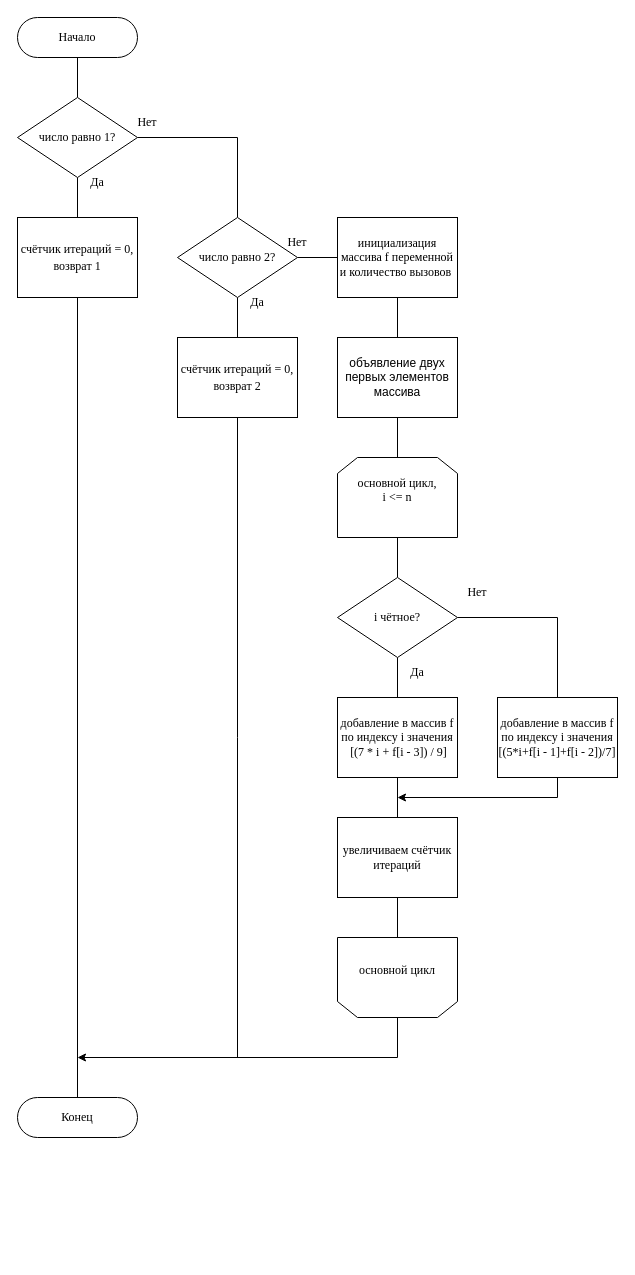
The draw.io diagram отчёт/Блок схемы/iter1.drawio in romb-rf/laba, before the edit. Source tidied: cells renumbered, new cells numbered last; positions are measured from the earlier drawing's top-left corner, leaving out a move shared by most shapes. Both pictures are drawn from the tidied source at 100%, with x=0, y=0 at pixel (17, 17).
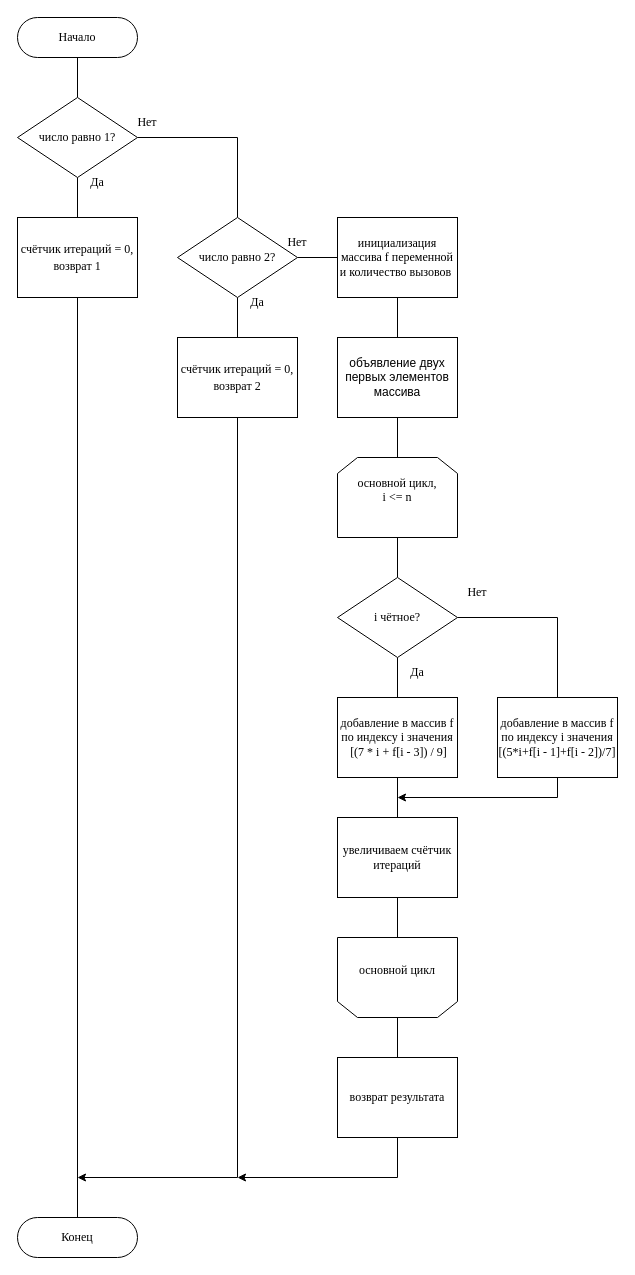
The same diagram, later.

The change refers to these unchanged cells:
```xml
<mxCell id="12" value="&lt;div style=&quot;line-height: 140%;&quot;&gt;&lt;font&gt;счётчик итераций = 0, возврат 2&lt;/font&gt;&lt;/div&gt;" style="rounded=0;whiteSpace=wrap;html=1;fontFamily=Times New Roman;" parent="1" vertex="1">
  <mxGeometry x="160" y="320" width="120" height="80" as="geometry" />
</mxCell>
<mxCell id="27" value="основной цикл&lt;div&gt;&lt;div&gt;&lt;br&gt;&lt;/div&gt;&lt;/div&gt;" style="shape=loopLimit;whiteSpace=wrap;html=1;fontFamily=Times New Roman;direction=west;" parent="1" vertex="1">
  <mxGeometry x="320" y="920" width="120" height="80" as="geometry" />
</mxCell>
```

Diff of the diagram source:
```diff
@@
-    <mxCell id="11" style="edgeStyle=orthogonalEdgeStyle;rounded=0;jettySize=auto;html=1;exitX=0.5;exitY=1;exitDx=0;exitDy=0;endArrow=none;endFill=0;" parent="1" edge="1" source="12">
+    <mxCell id="11" style="edgeStyle=orthogonalEdgeStyle;rounded=0;jettySize=auto;html=1;exitX=0.5;exitY=1;exitDx=0;exitDy=0;endArrow=classic;endFill=1;" parent="1" edge="1" source="12">
       <mxGeometry relative="1" as="geometry">
-        <mxPoint x="220" y="1040" as="targetPoint" />
+        <mxPoint x="60" y="1160" as="targetPoint" />
+        <Array as="points">
+          <mxPoint x="220" y="1160" />
+        </Array>
       </mxGeometry>
     </mxCell>
@@
-    <mxCell id="26" style="edgeStyle=orthogonalEdgeStyle;rounded=0;jettySize=auto;html=1;exitX=0.5;exitY=0;exitDx=0;exitDy=0;fontFamily=Times New Roman;" parent="1" edge="1" source="27">
-      <mxGeometry relative="1" as="geometry">
-        <mxPoint x="60" y="1040" as="targetPoint" />
-        <Array as="points">
-          <mxPoint x="380" y="1040" />
-        </Array>
-      </mxGeometry>
-    </mxCell>
+    <mxCell id="38" style="edgeStyle=orthogonalEdgeStyle;rounded=0;jettySize=auto;html=1;exitX=0.5;exitY=0;exitDx=0;exitDy=0;entryX=0.5;entryY=0;entryDx=0;entryDy=0;endArrow=none;endFill=0;" parent="1" edge="1" source="27" target="40">
+      <mxGeometry relative="1" as="geometry" />
+    </mxCell>
@@
     <mxCell id="28" value="Конец" style="html=1;dashed=0;whiteSpace=wrap;shape=mxgraph.dfd.start;fontFamily=Times New Roman;" parent="1" vertex="1">
-      <mxGeometry y="1080" width="120" height="40" as="geometry" />
+      <mxGeometry y="1200" width="120" height="40" as="geometry" />
     </mxCell>
@@
+    <mxCell id="39" style="edgeStyle=orthogonalEdgeStyle;rounded=0;jettySize=auto;html=1;exitX=0.5;exitY=1;exitDx=0;exitDy=0;" parent="1" edge="1" source="40">
+      <mxGeometry relative="1" as="geometry">
+        <mxPoint x="220" y="1160" as="targetPoint" />
+        <Array as="points">
+          <mxPoint x="380" y="1160" />
+        </Array>
+      </mxGeometry>
+    </mxCell>
+    <mxCell id="40" value="&lt;div&gt;возврат результата&lt;/div&gt;" style="rounded=0;whiteSpace=wrap;html=1;fontFamily=Times New Roman;" parent="1" vertex="1">
+      <mxGeometry x="320" y="1040" width="120" height="80" as="geometry" />
+    </mxCell>
```
